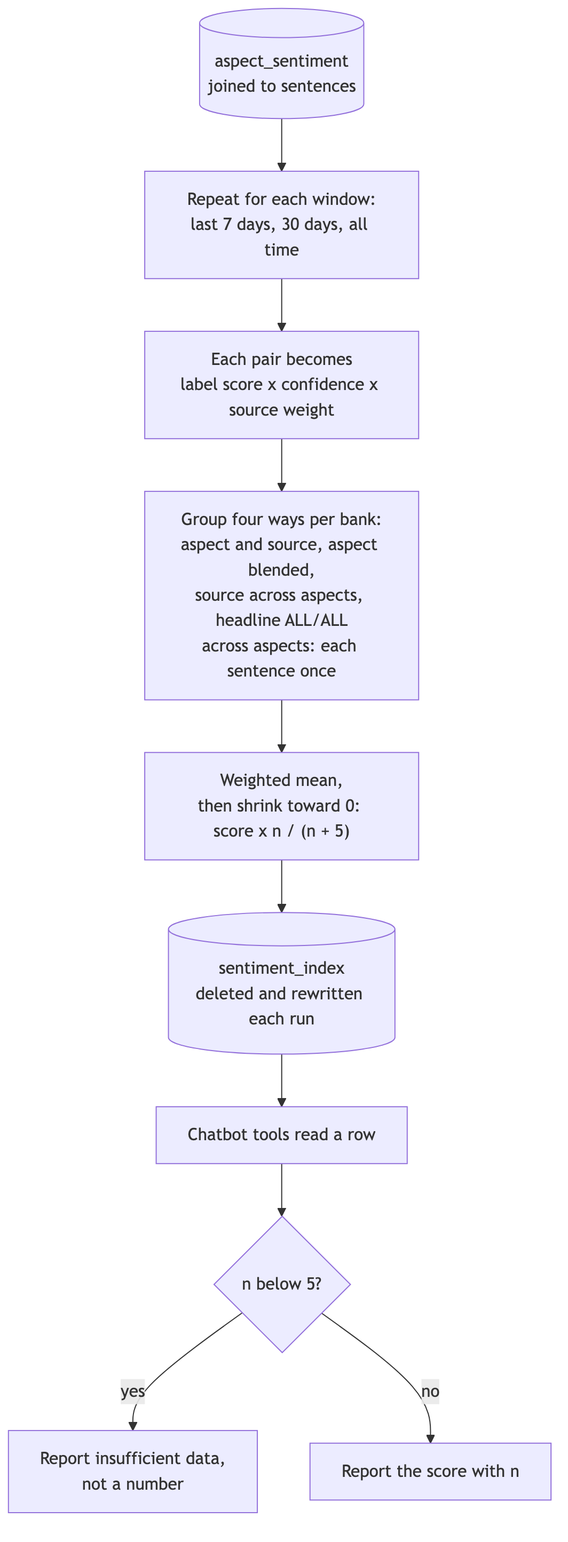
Above: docs/diagrams/img/12-index-computation.png in Gavingyh/plp-project (Mermaid), before the change. Its source is kept beside it as docs/diagrams/src/12-index-computation.mmd.
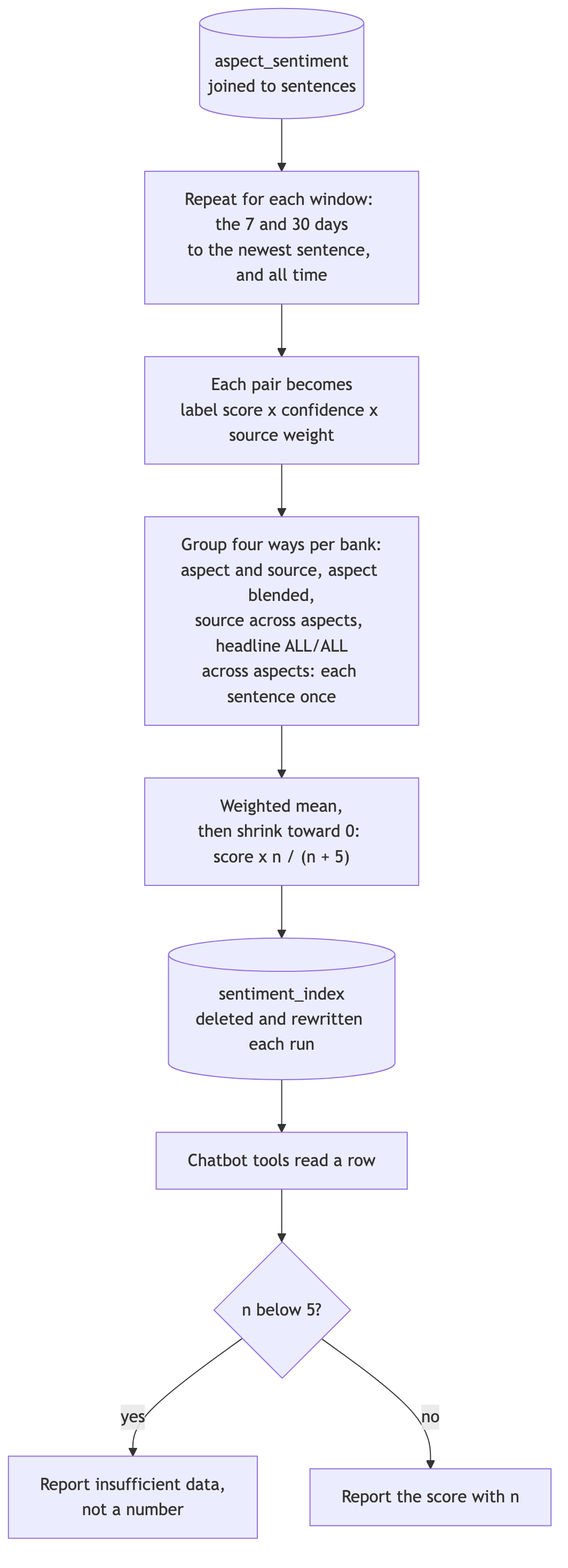
Above is the later version.

The edit, as a diff of the source:
```diff
@@ -3,7 +3,7 @@
   accDescr: Every scored pair is read with its bank, source and date, filtered to a window, weighted by source and confidence, grouped four ways (counting each sentence once in the rows that span aspects), summarised with shrinkage toward neutral, and written. A volume floor applies later, when the chatbot reads a score.
 
   rows[("aspect_sentiment<br/>joined to sentences")]
-  win["Repeat for each window:<br/>last 7 days, 30 days, all time"]
+  win["Repeat for each window: the 7 and 30 days<br/>to the newest sentence, and all time"]
   item["Each pair becomes<br/>label score x confidence x source weight"]
   grp["Group four ways per bank:<br/>aspect and source, aspect blended,<br/>source across aspects, headline ALL/ALL<br/>across aspects: each sentence once"]
   sum["Weighted mean,<br/>then shrink toward 0: score x n / (n + 5)"]
```
